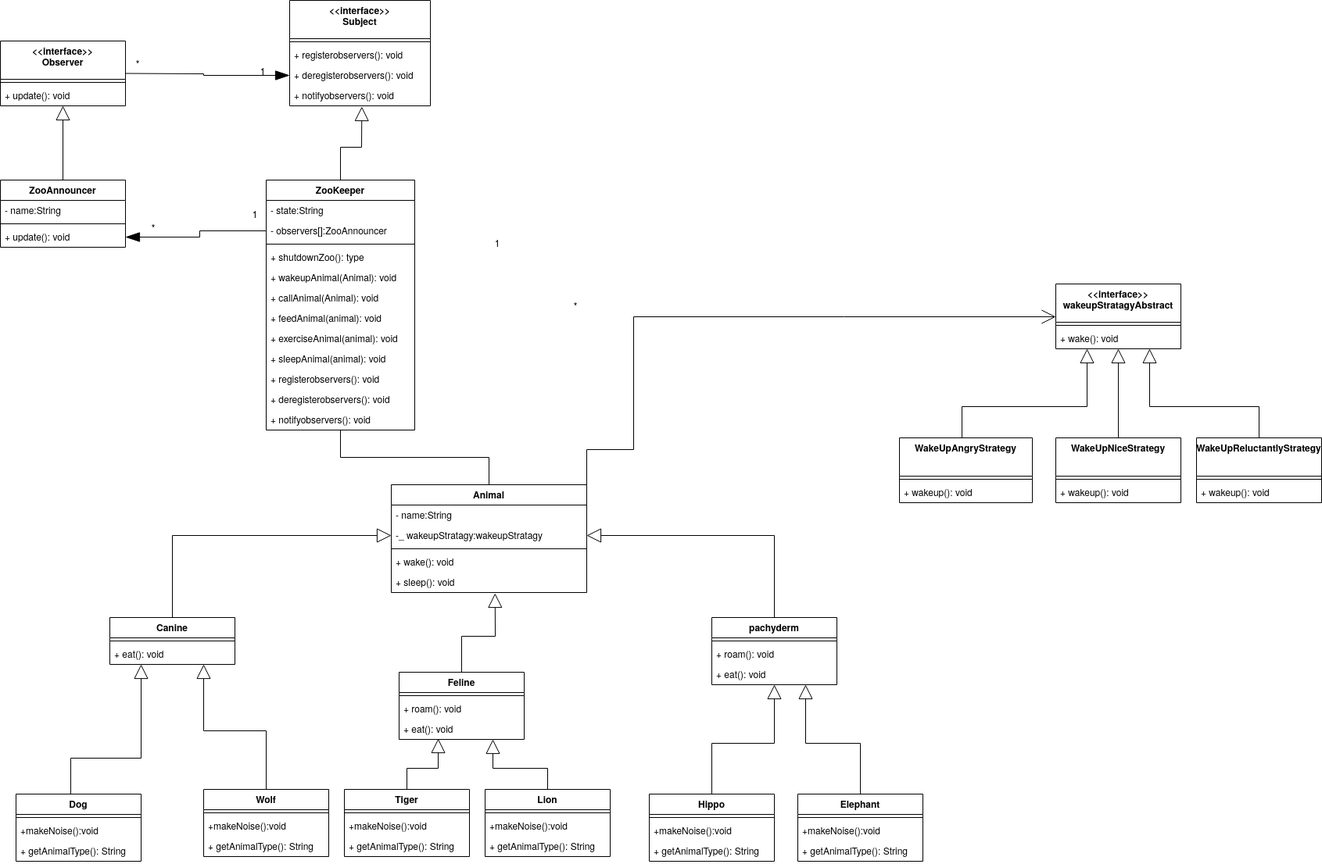
Above: classdiagramproject2.png in masc7859/csci5448_proj2 (draw.io), before the change. Source tidied: cells renumbered, new cells last; positions are measured from the earlier drawing's top-left corner, leaving out a move shared by most shapes.
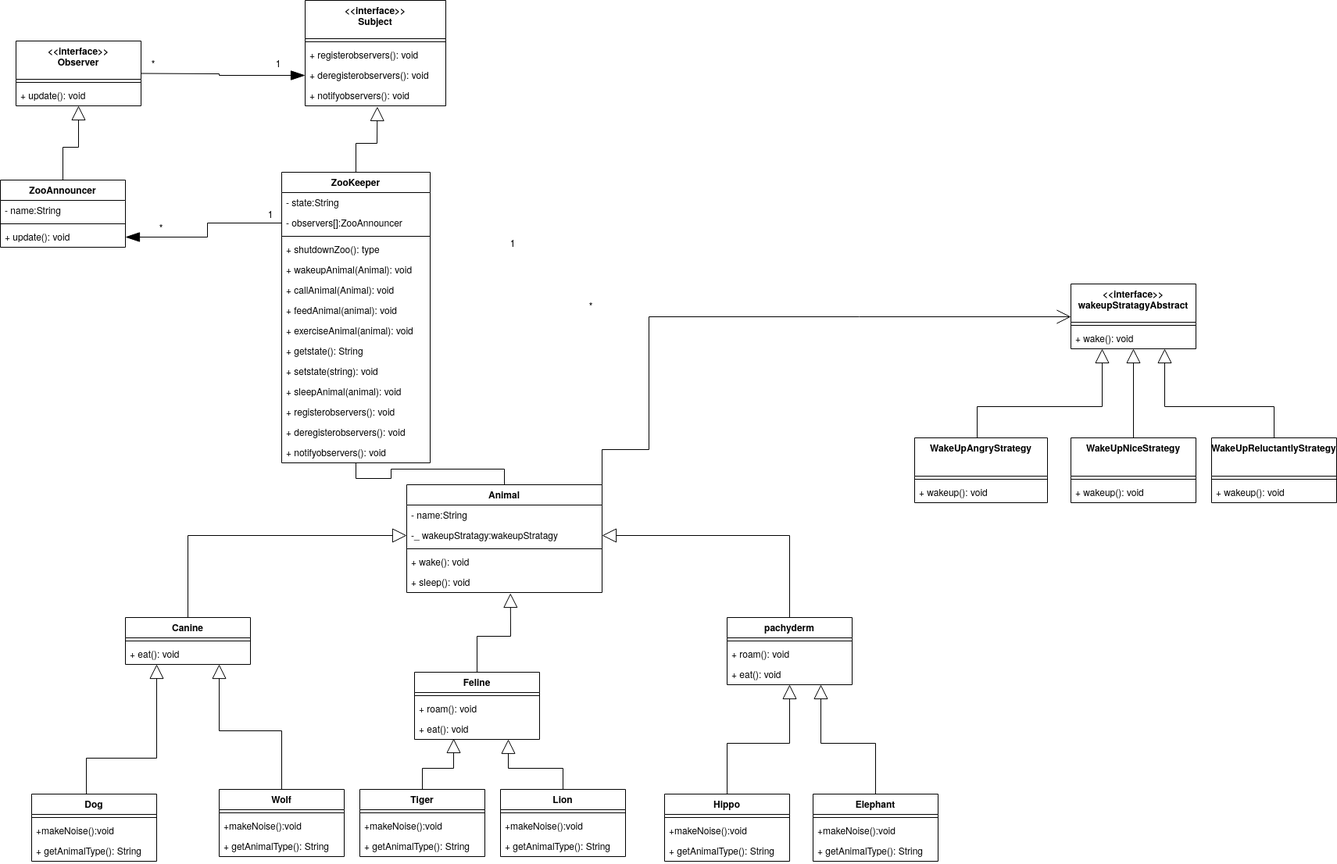
After the commit.

Commit message:
change update state to only come in duties

What changed in the source:
```diff
@@ -131,7 +131,7 @@
       <mxGeometry relative="1" as="geometry" />
     </mxCell>
     <mxCell id="43" value="ZooAnnouncer" style="swimlane;fontStyle=1;align=center;verticalAlign=top;horizontal=1;startSize=26;" parent="1" vertex="1">
-      <mxGeometry y="230" width="160" height="86" as="geometry" />
+      <mxGeometry x="-20" y="230" width="160" height="86" as="geometry" />
     </mxCell>
     <mxCell id="44" value="- name:String" style="text;strokeColor=none;fillColor=none;align=left;verticalAlign=top;spacingLeft=4;spacingRight=4;overflow=hidden;" parent="43" vertex="1">
       <mxGeometry y="26" width="160" height="26" as="geometry" />
@@ -192,7 +192,7 @@
       <mxGeometry relative="1" as="geometry" />
     </mxCell>
     <mxCell id="60" value="ZooKeeper" style="swimlane;fontStyle=1;align=center;verticalAlign=top;horizontal=1;startSize=26;" parent="1" vertex="1">
-      <mxGeometry x="340" y="230" width="190" height="320" as="geometry" />
+      <mxGeometry x="340" y="220" width="190" height="372" as="geometry" />
     </mxCell>
     <mxCell id="61" value="- state:String" style="text;strokeColor=none;fillColor=none;align=left;verticalAlign=top;spacingLeft=4;spacingRight=4;overflow=hidden;" parent="60" vertex="1">
       <mxGeometry y="26" width="190" height="26" as="geometry" />
@@ -218,17 +218,23 @@
     <mxCell id="68" value="+ exerciseAnimal(animal): void" style="text;strokeColor=none;fillColor=none;align=left;verticalAlign=top;spacingLeft=4;spacingRight=4;overflow=hidden;" parent="60" vertex="1">
       <mxGeometry y="190" width="190" height="26" as="geometry" />
     </mxCell>
+    <mxCell id="104" value="+ getstate(): String" style="text;strokeColor=none;fillColor=none;align=left;verticalAlign=top;spacingLeft=4;spacingRight=4;overflow=hidden;" parent="60" vertex="1">
+      <mxGeometry y="216" width="190" height="26" as="geometry" />
+    </mxCell>
+    <mxCell id="105" value="+ setstate(string): void" style="text;strokeColor=none;fillColor=none;align=left;verticalAlign=top;spacingLeft=4;spacingRight=4;overflow=hidden;" parent="60" vertex="1">
+      <mxGeometry y="242" width="190" height="26" as="geometry" />
+    </mxCell>
     <mxCell id="69" value="+ sleepAnimal(animal): void" style="text;strokeColor=none;fillColor=none;align=left;verticalAlign=top;spacingLeft=4;spacingRight=4;overflow=hidden;" parent="60" vertex="1">
-      <mxGeometry y="216" width="190" height="26" as="geometry" />
+      <mxGeometry y="268" width="190" height="26" as="geometry" />
     </mxCell>
     <mxCell id="70" value="+ registerobservers(): void" style="text;strokeColor=none;fillColor=none;align=left;verticalAlign=top;spacingLeft=4;spacingRight=4;overflow=hidden;" parent="60" vertex="1">
-      <mxGeometry y="242" width="190" height="26" as="geometry" />
+      <mxGeometry y="294" width="190" height="26" as="geometry" />
     </mxCell>
     <mxCell id="71" value="+ deregisterobservers(): void" style="text;strokeColor=none;fillColor=none;align=left;verticalAlign=top;spacingLeft=4;spacingRight=4;overflow=hidden;" parent="60" vertex="1">
-      <mxGeometry y="268" width="190" height="26" as="geometry" />
+      <mxGeometry y="320" width="190" height="26" as="geometry" />
     </mxCell>
     <mxCell id="72" value="+ notifyobservers(): void" style="text;strokeColor=none;fillColor=none;align=left;verticalAlign=top;spacingLeft=4;spacingRight=4;overflow=hidden;" parent="60" vertex="1">
-      <mxGeometry y="294" width="190" height="26" as="geometry" />
+      <mxGeometry y="346" width="190" height="26" as="geometry" />
     </mxCell>
     <mxCell id="73" value="*" style="text;html=1;strokeColor=none;fillColor=none;align=center;verticalAlign=middle;whiteSpace=wrap;rounded=0;" parent="1" vertex="1">
       <mxGeometry x="730" y="380" width="10" height="20" as="geometry" />
@@ -267,7 +273,7 @@
       <mxGeometry x="170" y="70" width="10" height="20" as="geometry" />
     </mxCell>
     <mxCell id="85" value="1" style="text;html=1;strokeColor=none;fillColor=none;align=center;verticalAlign=middle;whiteSpace=wrap;rounded=0;" parent="1" vertex="1">
-      <mxGeometry x="330" y="80" width="10" height="20" as="geometry" />
+      <mxGeometry x="330" y="70" width="10" height="20" as="geometry" />
     </mxCell>
     <mxCell id="86" style="edgeStyle=orthogonalEdgeStyle;rounded=0;jettySize=auto;html=1;entryX=0.25;entryY=1;entryDx=0;entryDy=0;endArrow=block;endFill=0;endSize=16;align=center;" parent="1" edge="1" source="87" target="21">
       <mxGeometry relative="1" as="geometry">
@@ -319,16 +325,14 @@
     <mxCell id="100" value="+ getAnimalType(): String" style="text;strokeColor=none;fillColor=none;align=left;verticalAlign=top;spacingLeft=4;spacingRight=4;overflow=hidden;" parent="97" vertex="1">
       <mxGeometry y="60" width="160" height="26" as="geometry" />
     </mxCell>
-    <mxCell id="101" style="edgeStyle=orthogonalEdgeStyle;rounded=0;jettySize=auto;html=1;entryX=1;entryY=0.5;entryDx=0;entryDy=0;endArrow=blockThin;endFill=1;endSize=16;align=center;" parent="1" edge="1" source="62">
-      <mxGeometry relative="1" as="geometry">
-        <mxPoint x="160" y="303" as="targetPoint" />
-      </mxGeometry>
+    <mxCell id="101" style="edgeStyle=orthogonalEdgeStyle;rounded=0;jettySize=auto;html=1;entryX=1;entryY=0.5;entryDx=0;entryDy=0;endArrow=blockThin;endFill=1;endSize=16;align=center;" parent="1" edge="1" source="62" target="46">
+      <mxGeometry relative="1" as="geometry" />
     </mxCell>
     <mxCell id="102" value="1" style="text;html=1;strokeColor=none;fillColor=none;align=center;verticalAlign=middle;whiteSpace=wrap;rounded=0;" parent="1" vertex="1">
       <mxGeometry x="320" y="263" width="10" height="20" as="geometry" />
     </mxCell>
     <mxCell id="103" value="*" style="text;html=1;strokeColor=none;fillColor=none;align=center;verticalAlign=middle;whiteSpace=wrap;rounded=0;" parent="1" vertex="1">
-      <mxGeometry x="190" y="280" width="10" height="20" as="geometry" />
+      <mxGeometry x="180" y="280" width="10" height="20" as="geometry" />
     </mxCell>
   </root>
 </mxGraphModel>
```
